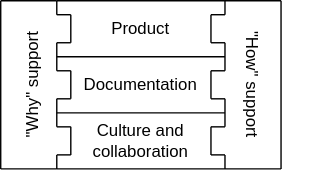
seedcase-project/seedcase-website keeps this draw.io diagram as images/project-blocks.svg. Above is the earlier version. Source tidied: cells renumbered, new cells last; positions are measured from the earlier drawing's top-left corner, leaving out a move shared by most shapes.
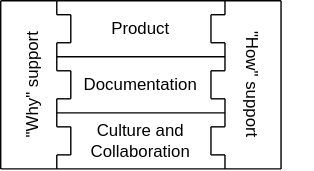
The same diagram one commit later.

Diff of the diagram source:
```diff
@@ -140,7 +140,7 @@
     <mxCell id="27" value="Documentation" style="text;html=1;strokeColor=none;fillColor=none;align=center;verticalAlign=middle;whiteSpace=wrap;rounded=0;shadow=0;glass=0;sketch=0;" parent="3" vertex="1">
       <mxGeometry x="70" y="45" width="60" height="30" as="geometry" />
     </mxCell>
-    <mxCell id="28" value="Culture and collaboration" style="text;html=1;strokeColor=none;fillColor=none;align=center;verticalAlign=middle;whiteSpace=wrap;rounded=0;shadow=0;glass=0;sketch=0;" parent="3" vertex="1">
+    <mxCell id="28" value="Culture and Collaboration" style="text;html=1;strokeColor=none;fillColor=none;align=center;verticalAlign=middle;whiteSpace=wrap;rounded=0;shadow=0;glass=0;sketch=0;" parent="3" vertex="1">
       <mxGeometry x="50" y="85" width="100" height="30" as="geometry" />
     </mxCell>
     <mxCell id="29" style="group;" parent="2" vertex="1">
```
